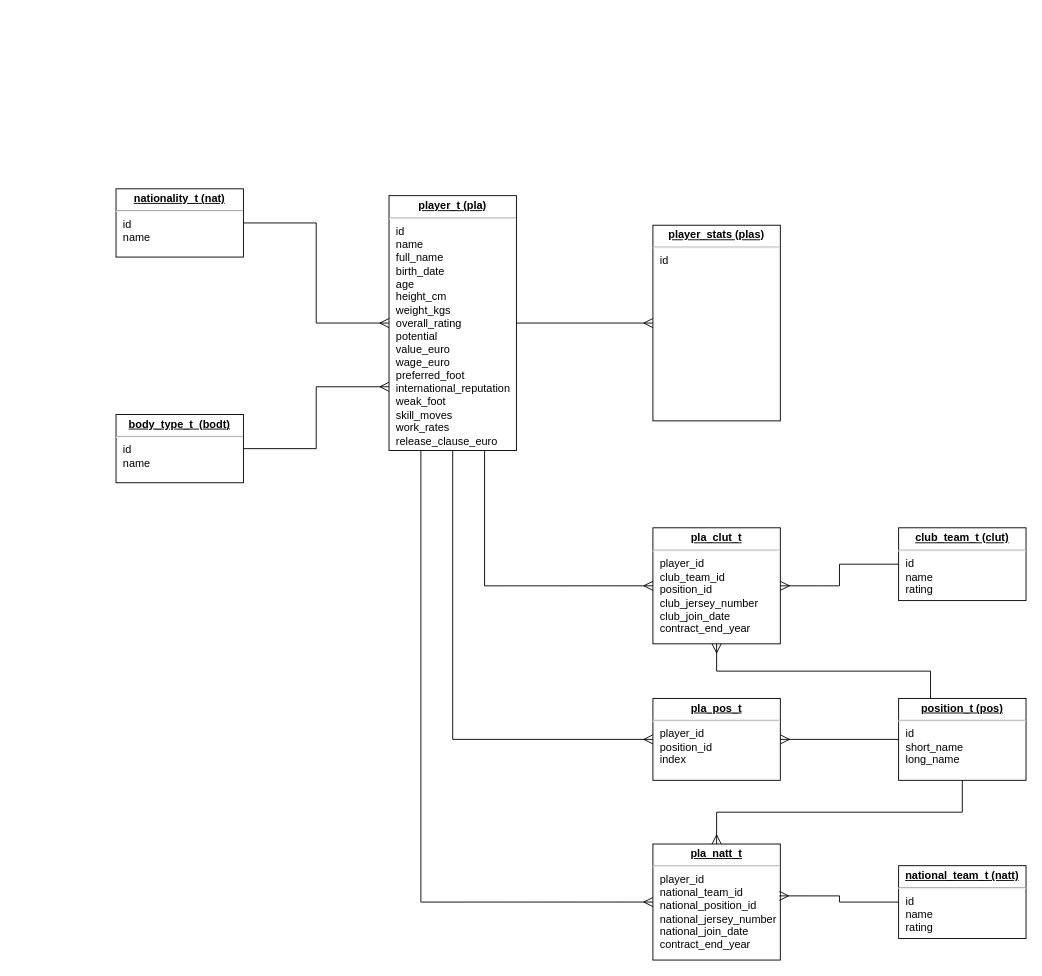
This is page "Player" (1 of 3) of drawio/football.drawio from TrivadisPF/soccer-demo, a draw.io file, before an edit. Source tidied: cells renumbered, new cells numbered last; positions are measured from the earlier drawing's top-left corner, leaving out a move shared by most shapes. Both pictures are drawn from the tidied source at 91%, with x=0, y=0 at pixel (116, 188).
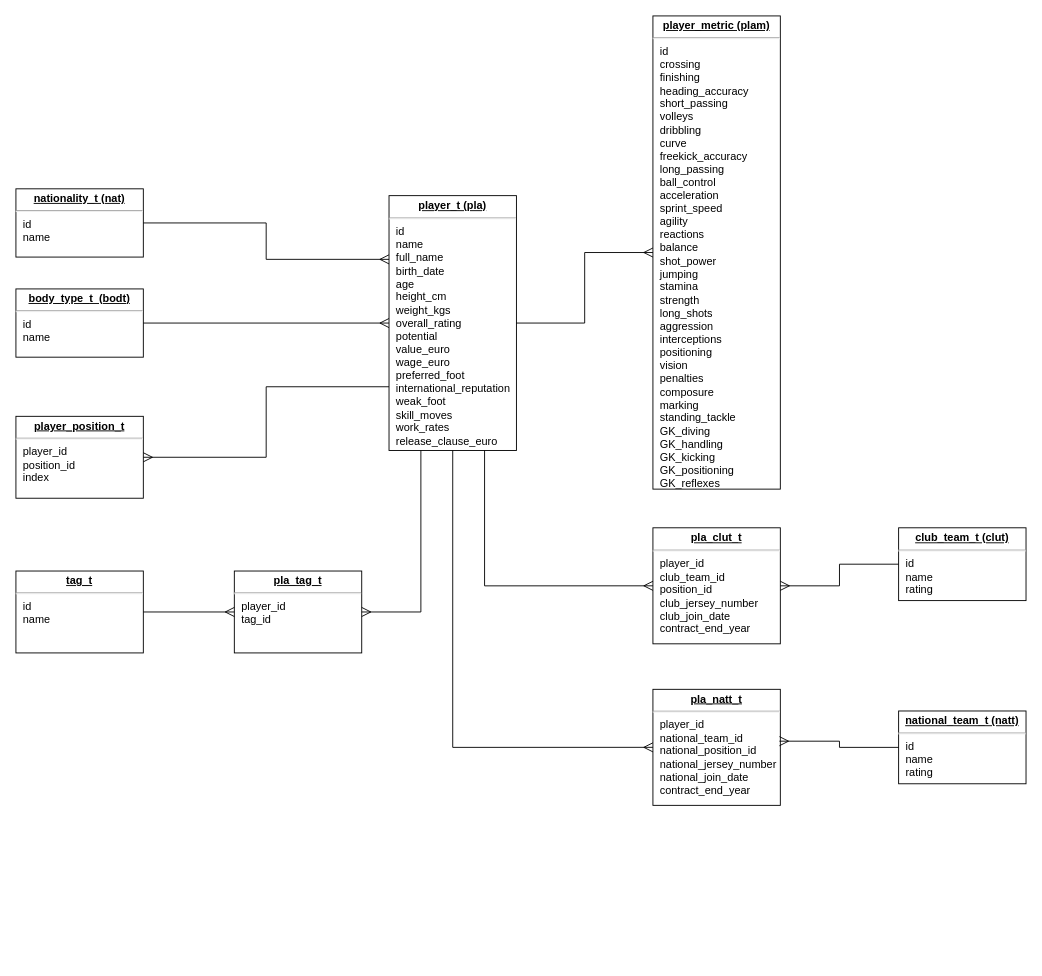
After the change.

Unchanged cells that the change refers to:
```xml
<mxCell id="2" value="&lt;p style=&quot;margin: 0px ; margin-top: 4px ; text-align: center ; text-decoration: underline&quot;&gt;&lt;b&gt;player_t (pla)&lt;/b&gt;&lt;/p&gt;&lt;hr&gt;&lt;p style=&quot;margin: 0px ; margin-left: 8px&quot;&gt;id&lt;/p&gt;&lt;p style=&quot;margin: 0px ; margin-left: 8px&quot;&gt;name&lt;/p&gt;&lt;p style=&quot;margin: 0px ; margin-left: 8px&quot;&gt;full_name&lt;/p&gt;&lt;p style=&quot;margin: 0px ; margin-left: 8px&quot;&gt;birth_date&lt;/p&gt;&lt;p style=&quot;margin: 0px ; margin-left: 8px&quot;&gt;age&lt;/p&gt;&lt;p style=&quot;margin: 0px ; margin-left: 8px&quot;&gt;height_cm&lt;/p&gt;&lt;p style=&quot;margin: 0px ; margin-left: 8px&quot;&gt;weight_kgs&lt;/p&gt;&lt;p style=&quot;margin: 0px ; margin-left: 8px&quot;&gt;overall_rating&lt;/p&gt;&lt;p style=&quot;margin: 0px ; margin-left: 8px&quot;&gt;potential&lt;/p&gt;&lt;p style=&quot;margin: 0px ; margin-left: 8px&quot;&gt;value_euro&lt;/p&gt;&lt;p style=&quot;margin: 0px ; margin-left: 8px&quot;&gt;wage_euro&lt;/p&gt;&lt;p style=&quot;margin: 0px ; margin-left: 8px&quot;&gt;preferred_foot&lt;/p&gt;&lt;p style=&quot;margin: 0px ; margin-left: 8px&quot;&gt;international_reputation&lt;/p&gt;&lt;p style=&quot;margin: 0px ; margin-left: 8px&quot;&gt;weak_foot&lt;/p&gt;&lt;p style=&quot;margin: 0px ; margin-left: 8px&quot;&gt;skill_moves&lt;/p&gt;&lt;p style=&quot;margin: 0px ; margin-left: 8px&quot;&gt;work_rates&lt;/p&gt;&lt;p style=&quot;margin: 0px ; margin-left: 8px&quot;&gt;release_clause_euro&lt;/p&gt;" style="verticalAlign=top;align=left;overflow=fill;fontSize=12;fontFamily=Helvetica;html=1;rounded=0;shadow=0;comic=0;labelBackgroundColor=none;strokeWidth=1;" parent="1" vertex="1">
  <mxGeometry x="300" y="7.5" width="140" height="280" as="geometry" />
</mxCell>
<mxCell id="5" value="&lt;p style=&quot;margin: 0px ; margin-top: 4px ; text-align: center ; text-decoration: underline&quot;&gt;&lt;b&gt;pla_clut_t&lt;/b&gt;&lt;/p&gt;&lt;hr&gt;&lt;p style=&quot;margin: 0px ; margin-left: 8px&quot;&gt;player_id&lt;/p&gt;&lt;p style=&quot;margin: 0px ; margin-left: 8px&quot;&gt;club_team_id&lt;/p&gt;&lt;p style=&quot;margin: 0px ; margin-left: 8px&quot;&gt;&lt;span&gt;position_id&lt;/span&gt;&lt;br&gt;&lt;/p&gt;&lt;p style=&quot;margin: 0px ; margin-left: 8px&quot;&gt;club_jersey_number&lt;/p&gt;&lt;p style=&quot;margin: 0px ; margin-left: 8px&quot;&gt;club_join_date&lt;/p&gt;&lt;p style=&quot;margin: 0px ; margin-left: 8px&quot;&gt;contract_end_year&lt;/p&gt;" style="verticalAlign=top;align=left;overflow=fill;fontSize=12;fontFamily=Helvetica;html=1;rounded=0;shadow=0;comic=0;labelBackgroundColor=none;strokeWidth=1;" parent="1" vertex="1">
  <mxGeometry x="590" y="372.5" width="140" height="127.5" as="geometry" />
</mxCell>
```

Change to the diagram source:
```diff
@@
-    <mxCell id="3" value="&lt;p style=&quot;margin: 0px ; margin-top: 4px ; text-align: center ; text-decoration: underline&quot;&gt;&lt;b&gt;position_t (pos)&lt;/b&gt;&lt;/p&gt;&lt;hr&gt;&lt;p style=&quot;margin: 0px ; margin-left: 8px&quot;&gt;id&lt;/p&gt;&lt;p style=&quot;margin: 0px ; margin-left: 8px&quot;&gt;short_name&lt;/p&gt;&lt;p style=&quot;margin: 0px ; margin-left: 8px&quot;&gt;long_name&lt;/p&gt;" style="verticalAlign=top;align=left;overflow=fill;fontSize=12;fontFamily=Helvetica;html=1;rounded=0;shadow=0;comic=0;labelBackgroundColor=none;strokeWidth=1;" parent="1" vertex="1">
-      <mxGeometry x="860" y="560" width="140" height="90" as="geometry" />
-    </mxCell>
     <mxCell id="4" value="&lt;p style=&quot;margin: 0px ; margin-top: 4px ; text-align: center ; text-decoration: underline&quot;&gt;&lt;b&gt;nationality_t (nat)&lt;/b&gt;&lt;/p&gt;&lt;hr&gt;&lt;p style=&quot;margin: 0px ; margin-left: 8px&quot;&gt;id&lt;/p&gt;&lt;p style=&quot;margin: 0px ; margin-left: 8px&quot;&gt;name&lt;/p&gt;" style="verticalAlign=top;align=left;overflow=fill;fontSize=12;fontFamily=Helvetica;html=1;rounded=0;shadow=0;comic=0;labelBackgroundColor=none;strokeWidth=1;" parent="1" vertex="1">
-      <mxGeometry width="140" height="75" as="geometry" />
+      <mxGeometry x="-110" width="140" height="75" as="geometry" />
     </mxCell>
@@
     <mxCell id="7" value="&lt;p style=&quot;margin: 0px ; margin-top: 4px ; text-align: center ; text-decoration: underline&quot;&gt;&lt;b&gt;pla_natt_t&lt;/b&gt;&lt;/p&gt;&lt;hr&gt;&lt;p style=&quot;margin: 0px ; margin-left: 8px&quot;&gt;player_id&lt;/p&gt;&lt;p style=&quot;margin: 0px ; margin-left: 8px&quot;&gt;national_team_id&lt;/p&gt;&lt;p style=&quot;margin: 0px ; margin-left: 8px&quot;&gt;national_position_id&lt;/p&gt;&lt;p style=&quot;margin: 0px ; margin-left: 8px&quot;&gt;national_jersey_number&lt;/p&gt;&lt;p style=&quot;margin: 0px ; margin-left: 8px&quot;&gt;national_join_date&lt;/p&gt;&lt;p style=&quot;margin: 0px ; margin-left: 8px&quot;&gt;contract_end_year&lt;/p&gt;" style="verticalAlign=top;align=left;overflow=fill;fontSize=12;fontFamily=Helvetica;html=1;rounded=0;shadow=0;comic=0;labelBackgroundColor=none;strokeWidth=1;" parent="1" vertex="1">
-      <mxGeometry x="590" y="720" width="140" height="127.5" as="geometry" />
+      <mxGeometry x="590" y="550" width="140" height="127.5" as="geometry" />
     </mxCell>
     <mxCell id="8" value="&lt;p style=&quot;margin: 0px ; margin-top: 4px ; text-align: center ; text-decoration: underline&quot;&gt;&lt;b&gt;national_team_t (natt)&lt;/b&gt;&lt;/p&gt;&lt;hr&gt;&lt;p style=&quot;margin: 0px ; margin-left: 8px&quot;&gt;id&lt;/p&gt;&lt;p style=&quot;margin: 0px ; margin-left: 8px&quot;&gt;name&lt;/p&gt;&lt;p style=&quot;margin: 0px ; margin-left: 8px&quot;&gt;rating&lt;/p&gt;" style="verticalAlign=top;align=left;overflow=fill;fontSize=12;fontFamily=Helvetica;html=1;rounded=0;shadow=0;comic=0;labelBackgroundColor=none;strokeWidth=1;" parent="1" vertex="1">
-      <mxGeometry x="860" y="743.8" width="140" height="80" as="geometry" />
+      <mxGeometry x="860" y="573.8" width="140" height="80" as="geometry" />
     </mxCell>
     <mxCell id="9" value="&lt;p style=&quot;margin: 0px ; margin-top: 4px ; text-align: center ; text-decoration: underline&quot;&gt;&lt;b&gt;body_type_t&amp;nbsp; (bodt)&lt;/b&gt;&lt;/p&gt;&lt;hr&gt;&lt;p style=&quot;margin: 0px ; margin-left: 8px&quot;&gt;id&lt;/p&gt;&lt;p style=&quot;margin: 0px ; margin-left: 8px&quot;&gt;name&lt;/p&gt;" style="verticalAlign=top;align=left;overflow=fill;fontSize=12;fontFamily=Helvetica;html=1;rounded=0;shadow=0;comic=0;labelBackgroundColor=none;strokeWidth=1;" parent="1" vertex="1">
-      <mxGeometry y="248" width="140" height="75" as="geometry" />
+      <mxGeometry x="-110" y="110" width="140" height="75" as="geometry" />
     </mxCell>
-    <mxCell id="10" value="&lt;p style=&quot;margin: 0px ; margin-top: 4px ; text-align: center ; text-decoration: underline&quot;&gt;&lt;b&gt;pla_pos_t&lt;/b&gt;&lt;/p&gt;&lt;hr&gt;&lt;p style=&quot;margin: 0px ; margin-left: 8px&quot;&gt;player_id&lt;/p&gt;&lt;p style=&quot;margin: 0px ; margin-left: 8px&quot;&gt;position_id&lt;/p&gt;&lt;p style=&quot;margin: 0px ; margin-left: 8px&quot;&gt;index&lt;/p&gt;" style="verticalAlign=top;align=left;overflow=fill;fontSize=12;fontFamily=Helvetica;html=1;rounded=0;shadow=0;comic=0;labelBackgroundColor=none;strokeWidth=1;" parent="1" vertex="1">
-      <mxGeometry x="590" y="560" width="140" height="90" as="geometry" />
+    <mxCell id="10" value="&lt;p style=&quot;margin: 0px ; margin-top: 4px ; text-align: center ; text-decoration: underline&quot;&gt;&lt;b&gt;player_position_t&lt;/b&gt;&lt;/p&gt;&lt;hr&gt;&lt;p style=&quot;margin: 0px ; margin-left: 8px&quot;&gt;player_id&lt;/p&gt;&lt;p style=&quot;margin: 0px ; margin-left: 8px&quot;&gt;position_id&lt;/p&gt;&lt;p style=&quot;margin: 0px ; margin-left: 8px&quot;&gt;index&lt;/p&gt;" style="verticalAlign=top;align=left;overflow=fill;fontSize=12;fontFamily=Helvetica;html=1;rounded=0;shadow=0;comic=0;labelBackgroundColor=none;strokeWidth=1;" parent="1" vertex="1">
+      <mxGeometry x="-110" y="250" width="140" height="90" as="geometry" />
     </mxCell>
-    <mxCell id="11" style="edgeStyle=orthogonalEdgeStyle;rounded=0;html=1;exitX=0.5;exitY=1;entryX=0;entryY=0.5;labelBackgroundColor=none;endArrow=ERmany;endFill=0;endSize=8;fontFamily=Verdana;fontSize=12;align=left;exitDx=0;exitDy=0;entryDx=0;entryDy=0;" parent="1" edge="1" source="2" target="10">
+    <mxCell id="11" style="edgeStyle=orthogonalEdgeStyle;rounded=0;html=1;exitX=0;exitY=0.75;entryX=1;entryY=0.5;labelBackgroundColor=none;endArrow=ERmany;endFill=0;endSize=8;fontFamily=Verdana;fontSize=12;align=left;exitDx=0;exitDy=0;entryDx=0;entryDy=0;" parent="1" edge="1" source="2" target="10">
       <mxGeometry relative="1" as="geometry" />
     </mxCell>
-    <mxCell id="12" style="edgeStyle=orthogonalEdgeStyle;rounded=0;html=1;exitX=0;exitY=0.5;entryX=1;entryY=0.5;labelBackgroundColor=none;endArrow=ERmany;endFill=0;endSize=8;fontFamily=Verdana;fontSize=12;align=left;exitDx=0;exitDy=0;entryDx=0;entryDy=0;" parent="1" edge="1" source="3" target="10">
-      <mxGeometry relative="1" as="geometry" />
-    </mxCell>
-    <mxCell id="13" style="edgeStyle=orthogonalEdgeStyle;rounded=0;html=1;exitX=1;exitY=0.5;labelBackgroundColor=none;endArrow=ERmany;endFill=0;endSize=8;fontFamily=Verdana;fontSize=12;align=left;exitDx=0;exitDy=0;" parent="1" edge="1" source="4" target="2">
+    <mxCell id="13" style="edgeStyle=orthogonalEdgeStyle;rounded=0;html=1;exitX=1;exitY=0.5;labelBackgroundColor=none;endArrow=ERmany;endFill=0;endSize=8;fontFamily=Verdana;fontSize=12;align=left;exitDx=0;exitDy=0;entryX=0;entryY=0.25;entryDx=0;entryDy=0;" parent="1" edge="1" source="4" target="2">
       <mxGeometry relative="1" as="geometry" />
     </mxCell>
@@
-    <mxCell id="17" style="edgeStyle=orthogonalEdgeStyle;rounded=0;html=1;exitX=1;exitY=0.5;labelBackgroundColor=none;endArrow=ERmany;endFill=0;endSize=8;fontFamily=Verdana;fontSize=12;align=left;exitDx=0;exitDy=0;entryX=0;entryY=0.75;entryDx=0;entryDy=0;" parent="1" edge="1" source="9" target="2">
+    <mxCell id="17" style="edgeStyle=orthogonalEdgeStyle;rounded=0;html=1;exitX=1;exitY=0.5;labelBackgroundColor=none;endArrow=ERmany;endFill=0;endSize=8;fontFamily=Verdana;fontSize=12;align=left;exitDx=0;exitDy=0;" parent="1" edge="1" source="9" target="2">
       <mxGeometry relative="1" as="geometry" />
     </mxCell>
-    <mxCell id="18" style="edgeStyle=orthogonalEdgeStyle;rounded=0;html=1;exitX=0.25;exitY=1;entryX=0;entryY=0.5;labelBackgroundColor=none;endArrow=ERmany;endFill=0;endSize=8;fontFamily=Verdana;fontSize=12;align=left;exitDx=0;exitDy=0;entryDx=0;entryDy=0;" parent="1" edge="1" source="2" target="7">
+    <mxCell id="18" style="edgeStyle=orthogonalEdgeStyle;rounded=0;html=1;exitX=0.5;exitY=1;entryX=0;entryY=0.5;labelBackgroundColor=none;endArrow=ERmany;endFill=0;endSize=8;fontFamily=Verdana;fontSize=12;align=left;exitDx=0;exitDy=0;entryDx=0;entryDy=0;" parent="1" edge="1" source="2" target="7">
       <mxGeometry relative="1" as="geometry" />
     </mxCell>
-    <mxCell id="19" style="edgeStyle=orthogonalEdgeStyle;rounded=0;html=1;exitX=0.25;exitY=0;entryX=0.5;entryY=1;labelBackgroundColor=none;endArrow=ERmany;endFill=0;endSize=8;fontFamily=Verdana;fontSize=12;align=left;exitDx=0;exitDy=0;entryDx=0;entryDy=0;" parent="1" edge="1" source="3" target="5">
-      <mxGeometry relative="1" as="geometry" />
-    </mxCell>
-    <mxCell id="20" style="edgeStyle=orthogonalEdgeStyle;rounded=0;html=1;exitX=0.5;exitY=1;entryX=0.5;entryY=0;labelBackgroundColor=none;endArrow=ERmany;endFill=0;endSize=8;fontFamily=Verdana;fontSize=12;align=left;exitDx=0;exitDy=0;entryDx=0;entryDy=0;" parent="1" edge="1" source="3" target="7">
-      <mxGeometry relative="1" as="geometry" />
-    </mxCell>
-    <mxCell id="21" value="&lt;p style=&quot;margin: 0px ; margin-top: 4px ; text-align: center ; text-decoration: underline&quot;&gt;&lt;b&gt;player_stats (plas)&lt;/b&gt;&lt;/p&gt;&lt;hr&gt;&lt;p style=&quot;margin: 0px ; margin-left: 8px&quot;&gt;id&lt;/p&gt;&lt;p style=&quot;margin: 0px ; margin-left: 8px&quot;&gt;&lt;br&gt;&lt;/p&gt;" style="verticalAlign=top;align=left;overflow=fill;fontSize=12;fontFamily=Helvetica;html=1;rounded=0;shadow=0;comic=0;labelBackgroundColor=none;strokeWidth=1;" parent="1" vertex="1">
-      <mxGeometry x="590" y="40" width="140" height="215" as="geometry" />
+    <mxCell id="21" value="&lt;p style=&quot;margin: 0px ; margin-top: 4px ; text-align: center ; text-decoration: underline&quot;&gt;&lt;b&gt;player_metric (plam)&lt;/b&gt;&lt;/p&gt;&lt;hr&gt;&lt;p style=&quot;margin: 0px ; margin-left: 8px&quot;&gt;id&lt;/p&gt;&lt;p style=&quot;margin: 0px ; margin-left: 8px&quot;&gt;crossing&lt;/p&gt;&lt;p style=&quot;margin: 0px ; margin-left: 8px&quot;&gt;finishing&lt;/p&gt;&lt;p style=&quot;margin: 0px ; margin-left: 8px&quot;&gt;heading_accuracy&lt;/p&gt;&lt;p style=&quot;margin: 0px ; margin-left: 8px&quot;&gt;short_passing&lt;/p&gt;&lt;p style=&quot;margin: 0px ; margin-left: 8px&quot;&gt;volleys&lt;/p&gt;&lt;p style=&quot;margin: 0px ; margin-left: 8px&quot;&gt;dribbling&lt;/p&gt;&lt;p style=&quot;margin: 0px ; margin-left: 8px&quot;&gt;curve&lt;/p&gt;&lt;p style=&quot;margin: 0px ; margin-left: 8px&quot;&gt;freekick_accuracy&lt;/p&gt;&lt;p style=&quot;margin: 0px ; margin-left: 8px&quot;&gt;long_passing&lt;/p&gt;&lt;p style=&quot;margin: 0px ; margin-left: 8px&quot;&gt;ball_control&lt;/p&gt;&lt;p style=&quot;margin: 0px ; margin-left: 8px&quot;&gt;acceleration&lt;/p&gt;&lt;p style=&quot;margin: 0px ; margin-left: 8px&quot;&gt;sprint_speed&lt;/p&gt;&lt;p style=&quot;margin: 0px ; margin-left: 8px&quot;&gt;agility&lt;/p&gt;&lt;p style=&quot;margin: 0px ; margin-left: 8px&quot;&gt;reactions&lt;/p&gt;&lt;p style=&quot;margin: 0px ; margin-left: 8px&quot;&gt;balance&lt;/p&gt;&lt;p style=&quot;margin: 0px ; margin-left: 8px&quot;&gt;shot_power&lt;/p&gt;&lt;p style=&quot;margin: 0px ; margin-left: 8px&quot;&gt;jumping&lt;/p&gt;&lt;p style=&quot;margin: 0px ; margin-left: 8px&quot;&gt;stamina&lt;/p&gt;&lt;p style=&quot;margin: 0px ; margin-left: 8px&quot;&gt;strength&lt;/p&gt;&lt;p style=&quot;margin: 0px ; margin-left: 8px&quot;&gt;long_shots&lt;/p&gt;&lt;p style=&quot;margin: 0px ; margin-left: 8px&quot;&gt;aggression&lt;/p&gt;&lt;p style=&quot;margin: 0px ; margin-left: 8px&quot;&gt;interceptions&lt;/p&gt;&lt;p style=&quot;margin: 0px ; margin-left: 8px&quot;&gt;positioning&lt;/p&gt;&lt;p style=&quot;margin: 0px ; margin-left: 8px&quot;&gt;vision&lt;/p&gt;&lt;p style=&quot;margin: 0px ; margin-left: 8px&quot;&gt;penalties&lt;/p&gt;&lt;p style=&quot;margin: 0px ; margin-left: 8px&quot;&gt;composure&lt;/p&gt;&lt;p style=&quot;margin: 0px ; margin-left: 8px&quot;&gt;marking&lt;/p&gt;&lt;p style=&quot;margin: 0px ; margin-left: 8px&quot;&gt;standing_tackle&lt;/p&gt;&lt;p style=&quot;margin: 0px ; margin-left: 8px&quot;&gt;GK_diving&lt;/p&gt;&lt;p style=&quot;margin: 0px ; margin-left: 8px&quot;&gt;GK_handling&lt;/p&gt;&lt;p style=&quot;margin: 0px ; margin-left: 8px&quot;&gt;GK_kicking&lt;/p&gt;&lt;p style=&quot;margin: 0px ; margin-left: 8px&quot;&gt;GK_positioning&lt;/p&gt;&lt;p style=&quot;margin: 0px ; margin-left: 8px&quot;&gt;GK_reflexes&lt;/p&gt;&lt;p style=&quot;margin: 0px ; margin-left: 8px&quot;&gt;&lt;br&gt;&lt;/p&gt;" style="verticalAlign=top;align=left;overflow=fill;fontSize=12;fontFamily=Helvetica;html=1;rounded=0;shadow=0;comic=0;labelBackgroundColor=none;strokeWidth=1;" parent="1" vertex="1">
+      <mxGeometry x="590" y="-190" width="140" height="520" as="geometry" />
     </mxCell>
@@
+    <mxCell id="23" value="&lt;p style=&quot;margin: 0px ; margin-top: 4px ; text-align: center ; text-decoration: underline&quot;&gt;&lt;b&gt;tag_t&lt;/b&gt;&lt;/p&gt;&lt;hr&gt;&lt;p style=&quot;margin: 0px ; margin-left: 8px&quot;&gt;id&lt;/p&gt;&lt;p style=&quot;margin: 0px ; margin-left: 8px&quot;&gt;name&lt;/p&gt;" style="verticalAlign=top;align=left;overflow=fill;fontSize=12;fontFamily=Helvetica;html=1;rounded=0;shadow=0;comic=0;labelBackgroundColor=none;strokeWidth=1;" parent="1" vertex="1">
+      <mxGeometry x="-110" y="420" width="140" height="90" as="geometry" />
+    </mxCell>
+    <mxCell id="24" value="&lt;p style=&quot;margin: 0px ; margin-top: 4px ; text-align: center ; text-decoration: underline&quot;&gt;&lt;b&gt;pla_tag_t&lt;/b&gt;&lt;/p&gt;&lt;hr&gt;&lt;p style=&quot;margin: 0px ; margin-left: 8px&quot;&gt;player_id&lt;/p&gt;&lt;p style=&quot;margin: 0px ; margin-left: 8px&quot;&gt;tag_id&lt;/p&gt;" style="verticalAlign=top;align=left;overflow=fill;fontSize=12;fontFamily=Helvetica;html=1;rounded=0;shadow=0;comic=0;labelBackgroundColor=none;strokeWidth=1;" parent="1" vertex="1">
+      <mxGeometry x="130" y="420" width="140" height="90" as="geometry" />
+    </mxCell>
+    <mxCell id="25" style="edgeStyle=orthogonalEdgeStyle;rounded=0;html=1;entryX=0;entryY=0.5;labelBackgroundColor=none;endArrow=ERmany;endFill=0;endSize=8;fontFamily=Verdana;fontSize=12;align=left;entryDx=0;entryDy=0;exitX=1;exitY=0.5;exitDx=0;exitDy=0;" parent="1" edge="1" source="23" target="24">
+      <mxGeometry relative="1" as="geometry" />
+    </mxCell>
+    <mxCell id="26" style="edgeStyle=orthogonalEdgeStyle;rounded=0;html=1;labelBackgroundColor=none;endArrow=ERmany;endFill=0;endSize=8;fontFamily=Verdana;fontSize=12;align=left;exitX=0.25;exitY=1;exitDx=0;exitDy=0;entryX=1;entryY=0.5;entryDx=0;entryDy=0;" parent="1" edge="1" source="2" target="24">
+      <mxGeometry relative="1" as="geometry" />
+    </mxCell>
```
